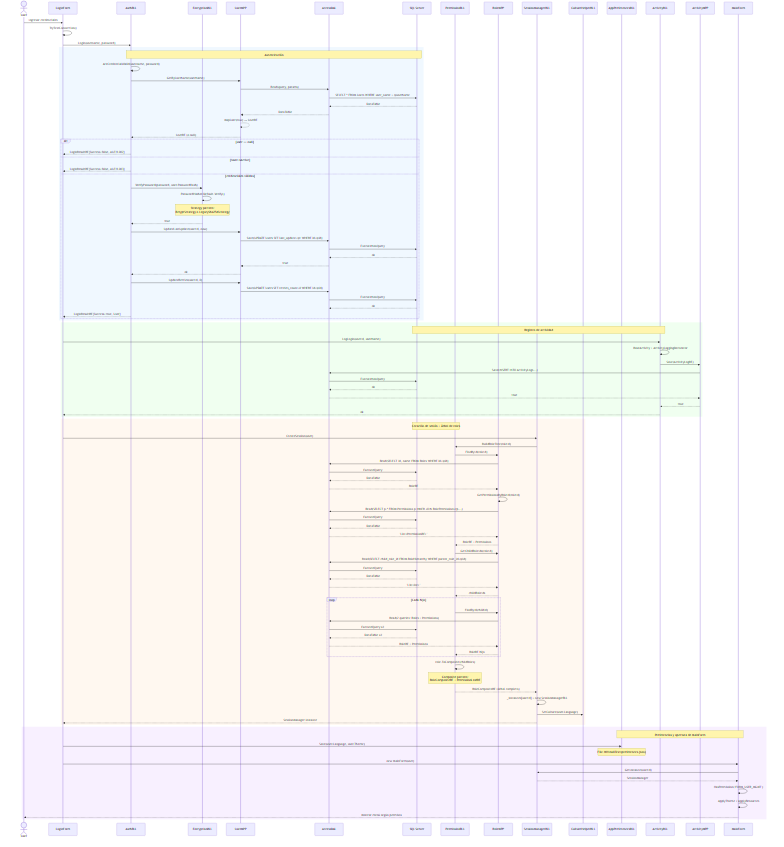
This is docs/mermaid-live/secuencia-login-completo.png from DarioZubaray/Proyecto-Final, a Mermaid export, as it was before one commit. Its source is kept beside it as docs/mermaid-live/secuencia-login-completo.mmd. Source of this version:
```mermaid
sequenceDiagram
    actor User
    participant LF as LoginForm
    participant Auth as AuthBLL
    participant Enc as EncryptionBLL
    participant UMPP as UserMPP
    participant DAL as AccessDAL
    participant DB as SQL Server
    participant PBLL as PermissionBLL
    participant RMPP as RoleMPP
    participant SM as SessionManagerBLL
    participant CH as CultureHelperBLL
    participant AP as AppPreferencesBLL
    participant Act as ActivityBLL
    participant AMPP as ActivityMPP
    participant MF as MainForm

    User->>LF: Ingresar credenciales
    LF->>LF: TryTestConnection()
    LF->>Auth: Login(username, password)

    rect rgb(240, 248, 255)
        Note over Auth,DB: Autenticación
        Auth->>Auth: AreCredentialsValid(username, password)
        Auth->>UMPP: GetByUserName(userName)
        UMPP->>DAL: Read(query, params)
        DAL->>DB: SELECT * FROM Users WHERE user_name = @userName
        DB-->>DAL: DataTable
        DAL-->>UMPP: DataTable
        UMPP-->>UMPP: MapUser(row) → UserBE
        UMPP-->>Auth: UserBE (o null)
        alt user == null
            Auth-->>LF: LoginResultBE{Success=false, AUTH-002}
        else !user.IsActive
            Auth-->>LF: LoginResultBE{Success=false, AUTH-003}
        else credenciales válidas
            Auth->>Enc: VerifyPassword(password, user.PasswordHash)
            Enc->>Enc: PasswordHasher.Default.Verify()
            Note over Enc: Strategy pattern:<br/>BcryptStrategy o LegacySha256Strategy
            Enc-->>Auth: true
            Auth->>UMPP: UpdateLastUpdate(userId, now)
            UMPP->>DAL: Save(UPDATE Users SET last_update=@t WHERE id=@id)
            DAL->>DB: ExecuteNonQuery
            DB-->>DAL: ok
            DAL-->>UMPP: true
            UMPP-->>Auth: ok
            Auth->>UMPP: UpdateRetries(userId, 0)
            UMPP->>DAL: Save(UPDATE Users SET retries_count=0 WHERE id=@id)
            DAL->>DB: ExecuteNonQuery
            DB-->>DAL: ok
            Auth-->>LF: LoginResultBE{Success=true, User}
        end
    end

    rect rgb(240, 255, 240)
        Note over Act,DB: Registro de actividad
        LF->>Act: LogLogin(userId, userName)
        Act->>Act: BaseActivity + ActivityLoggingDecorator
        Act->>AMPP: Save(ActivityLogBE)
        AMPP->>DAL: Save(INSERT INTO ActivityLogs...)
        DAL->>DB: ExecuteNonQuery
        DB-->>DAL: ok
        DAL-->>AMPP: true
        AMPP-->>Act: true
        Act-->>LF: ok
    end

    rect rgb(255, 248, 240)
        Note over PBLL,DB: Creación de sesión + Árbol de roles
        LF->>SM: CreateSession(user)
        SM->>PBLL: BuildRoleTree(roleId)
        PBLL->>RMPP: FindById(roleId)
        RMPP->>DAL: Read(SELECT id, name FROM Roles WHERE id=@id)
        DAL->>DB: ExecuteQuery
        DB-->>DAL: DataTable
        DAL-->>RMPP: RoleBE
        RMPP->>RMPP: GetPermissionsByRoleId(roleId)
        RMPP->>DAL: Read(SELECT p.* FROM Permissions p INNER JOIN RolePermissions rp...)
        DAL->>DB: ExecuteQuery
        DB-->>DAL: DataTable
        DAL-->>RMPP: "List<PermissionBE>"
        RMPP-->>PBLL: RoleBE + Permissions
        PBLL->>RMPP: GetChildRoleIds(roleId)
        RMPP->>DAL: Read(SELECT child_role_id FROM RoleHierarchy WHERE parent_role_id=@id)
        DAL->>DB: ExecuteQuery
        DB-->>DAL: DataTable
        DAL-->>RMPP: "List<int>"
        RMPP-->>PBLL: childRoleIds
        loop Cada hijo
            PBLL->>RMPP: FindById(childId)
            RMPP->>DAL: Read(2 queries: Roles + Permissions)
            DAL->>DB: ExecuteQuery x2
            DB-->>DAL: DataTable x2
            DAL-->>RMPP: RoleBE + Permissions
            RMPP-->>PBLL: RoleBE hijo
        end
        PBLL->>PBLL: role.ToComposite(childRoles)
        Note over PBLL: Composite pattern:<br/>RoleCompositeBE + PermissionLeafBE
        PBLL-->>SM: RoleCompositeBE (árbol completo)
        SM->>SM: _instances[userId] = new SessionManagerBLL
        SM->>CH: SetCulture(user.Language)
        SM-->>LF: SessionManager instance
    end

    rect rgb(248, 240, 255)
        Note over AP,MF: Preferencias y apertura de MainForm
        LF->>AP: Save(user.Language, user.Theme)
        Note over AP: File.WriteAllText(preferences.json)
        LF->>MF: new MainForm(user)
        MF->>SM: GetInstance(userId)
        SM-->>MF: SessionManager
        MF->>MF: HasPermission("FORM_USER_MGMT")
        MF->>MF: ApplyTheme / ApplyResources
        MF-->>User: Mostrar menú según permisos
    end
```
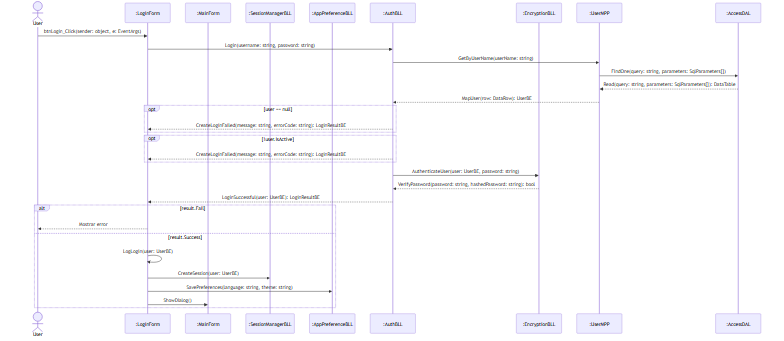
After the commit.

Change to the diagram source:
```diff
@@ -1,115 +1,38 @@
 sequenceDiagram
     actor User
-    participant LF as LoginForm
-    participant Auth as AuthBLL
-    participant Enc as EncryptionBLL
-    participant UMPP as UserMPP
-    participant DAL as AccessDAL
-    participant DB as SQL Server
-    participant PBLL as PermissionBLL
-    participant RMPP as RoleMPP
-    participant SM as SessionManagerBLL
-    participant CH as CultureHelperBLL
-    participant AP as AppPreferencesBLL
-    participant Act as ActivityBLL
-    participant AMPP as ActivityMPP
-    participant MF as MainForm
+    participant LF as :LoginForm
+    participant MF as :MainForm
+    participant SM as :SessionManagerBLL
+    participant AP as :AppPreferenceBLL
+    participant Auth as :AuthBLL
+    participant Enc as :EncryptionBLL
+    participant UMPP as :UserMPP
+    participant DAL as :AccessDAL
 
-    User->>LF: Ingresar credenciales
-    LF->>LF: TryTestConnection()
-    LF->>Auth: Login(username, password)
+    User->>LF: btnLogin_Click(sender: object, e: EventArgs)
+    LF->>Auth: Login(username: string, password: string)
+    Auth->>UMPP: GetByUserName(userName: string)
+    UMPP->>DAL: FindOne(query: string, parameters: SqlParameters[])
+    DAL-->>UMPP: Read(query: string, parameters: SqlParameters[]): DataTable
+    UMPP-->>Auth: MapUser(row: DataRow): UserBE
 
-    rect rgb(240, 248, 255)
-        Note over Auth,DB: Autenticación
-        Auth->>Auth: AreCredentialsValid(username, password)
-        Auth->>UMPP: GetByUserName(userName)
-        UMPP->>DAL: Read(query, params)
-        DAL->>DB: SELECT * FROM Users WHERE user_name = @userName
-        DB-->>DAL: DataTable
-        DAL-->>UMPP: DataTable
-        UMPP-->>UMPP: MapUser(row) → UserBE
-        UMPP-->>Auth: UserBE (o null)
-        alt user == null
-            Auth-->>LF: LoginResultBE{Success=false, AUTH-002}
-        else !user.IsActive
-            Auth-->>LF: LoginResultBE{Success=false, AUTH-003}
-        else credenciales válidas
-            Auth->>Enc: VerifyPassword(password, user.PasswordHash)
-            Enc->>Enc: PasswordHasher.Default.Verify()
-            Note over Enc: Strategy pattern:<br/>BcryptStrategy o LegacySha256Strategy
-            Enc-->>Auth: true
-            Auth->>UMPP: UpdateLastUpdate(userId, now)
-            UMPP->>DAL: Save(UPDATE Users SET last_update=@t WHERE id=@id)
-            DAL->>DB: ExecuteNonQuery
-            DB-->>DAL: ok
-            DAL-->>UMPP: true
-            UMPP-->>Auth: ok
-            Auth->>UMPP: UpdateRetries(userId, 0)
-            UMPP->>DAL: Save(UPDATE Users SET retries_count=0 WHERE id=@id)
-            DAL->>DB: ExecuteNonQuery
-            DB-->>DAL: ok
-            Auth-->>LF: LoginResultBE{Success=true, User}
-        end
+    opt user == null
+        Auth-->>LF: CreateLoginFailed(message: string, errorCode: string): LoginResultBE
     end
 
-    rect rgb(240, 255, 240)
-        Note over Act,DB: Registro de actividad
-        LF->>Act: LogLogin(userId, userName)
-        Act->>Act: BaseActivity + ActivityLoggingDecorator
-        Act->>AMPP: Save(ActivityLogBE)
-        AMPP->>DAL: Save(INSERT INTO ActivityLogs...)
-        DAL->>DB: ExecuteNonQuery
-        DB-->>DAL: ok
-        DAL-->>AMPP: true
-        AMPP-->>Act: true
-        Act-->>LF: ok
+    opt !user.IsActive
+        Auth-->>LF: CreateLoginFailed(message: string, errorCode: string): LoginResultBE
     end
 
-    rect rgb(255, 248, 240)
-        Note over PBLL,DB: Creación de sesión + Árbol de roles
-        LF->>SM: CreateSession(user)
-        SM->>PBLL: BuildRoleTree(roleId)
-        PBLL->>RMPP: FindById(roleId)
-        RMPP->>DAL: Read(SELECT id, name FROM Roles WHERE id=@id)
-        DAL->>DB: ExecuteQuery
-        DB-->>DAL: DataTable
-        DAL-->>RMPP: RoleBE
-        RMPP->>RMPP: GetPermissionsByRoleId(roleId)
-        RMPP->>DAL: Read(SELECT p.* FROM Permissions p INNER JOIN RolePermissions rp...)
-        DAL->>DB: ExecuteQuery
-        DB-->>DAL: DataTable
-        DAL-->>RMPP: "List<PermissionBE>"
-        RMPP-->>PBLL: RoleBE + Permissions
-        PBLL->>RMPP: GetChildRoleIds(roleId)
-        RMPP->>DAL: Read(SELECT child_role_id FROM RoleHierarchy WHERE parent_role_id=@id)
-        DAL->>DB: ExecuteQuery
-        DB-->>DAL: DataTable
-        DAL-->>RMPP: "List<int>"
-        RMPP-->>PBLL: childRoleIds
-        loop Cada hijo
-            PBLL->>RMPP: FindById(childId)
-            RMPP->>DAL: Read(2 queries: Roles + Permissions)
-            DAL->>DB: ExecuteQuery x2
-            DB-->>DAL: DataTable x2
-            DAL-->>RMPP: RoleBE + Permissions
-            RMPP-->>PBLL: RoleBE hijo
-        end
-        PBLL->>PBLL: role.ToComposite(childRoles)
-        Note over PBLL: Composite pattern:<br/>RoleCompositeBE + PermissionLeafBE
-        PBLL-->>SM: RoleCompositeBE (árbol completo)
-        SM->>SM: _instances[userId] = new SessionManagerBLL
-        SM->>CH: SetCulture(user.Language)
-        SM-->>LF: SessionManager instance
+    Auth->>Enc: AuthenticateUser(user: UserBE, password: string)
+    Enc-->>Auth: VerifyPassword(password: string, hashedPassword: string): bool
+    Auth-->>LF: LoginSuccessful(user: UserBE): LoginResultBE
+
+    alt result.Fail
+        LF-->>User: Mostrar error
+    else result.Success
+        LF->>LF: LogLogin(user: UserBE)
+        LF->>SM: CreateSession(user: UserBE)
+        LF->>AP: SavePreferences(language: string, theme: string)
+        LF->>MF: ShowDialog()
     end
-
-    rect rgb(248, 240, 255)
-        Note over AP,MF: Preferencias y apertura de MainForm
-        LF->>AP: Save(user.Language, user.Theme)
-        Note over AP: File.WriteAllText(preferences.json)
-        LF->>MF: new MainForm(user)
-        MF->>SM: GetInstance(userId)
-        SM-->>MF: SessionManager
-        MF->>MF: HasPermission("FORM_USER_MGMT")
-        MF->>MF: ApplyTheme / ApplyResources
-        MF-->>User: Mostrar menú según permisos
-    end
```
